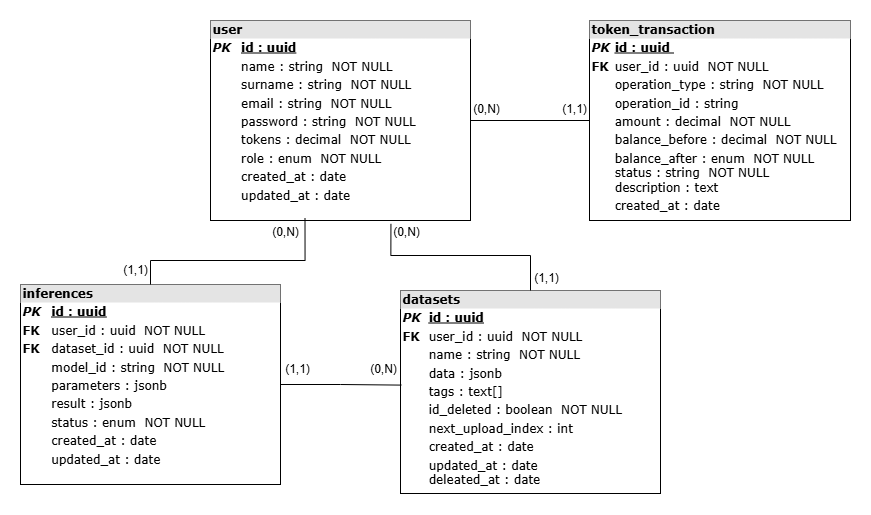
This is public/Database.png from L041B/Advanced-Programming-Inpainting, a draw.io export, as it was before one commit. Source tidied: cells renumbered, new cells last; positions are measured from the earlier drawing's top-left corner, leaving out a move shared by most shapes.
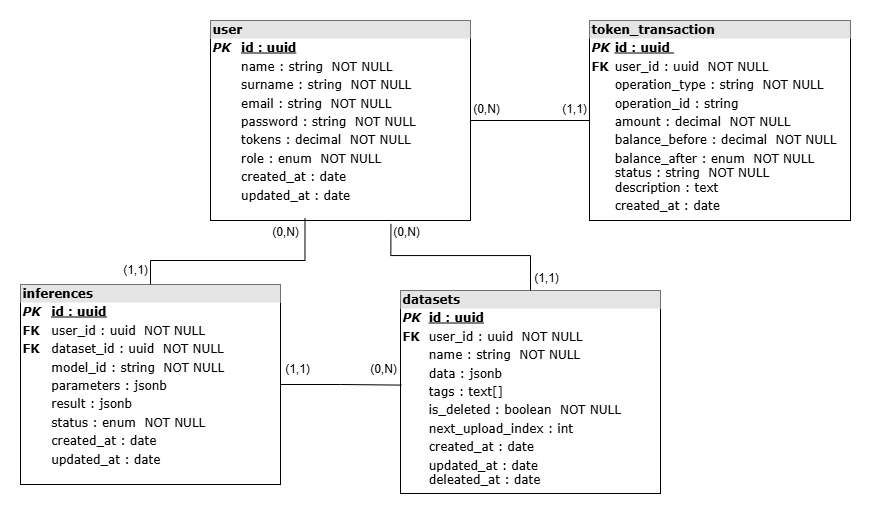
After the commit.

The edit, as a diff of the source:
```diff
@@ -11,7 +11,7 @@
     <mxCell id="4" value="&lt;div style=&quot;box-sizing: border-box; width: 100%; background: rgb(228, 228, 228); padding: 2px;&quot;&gt;&lt;b&gt;token_transaction&lt;/b&gt;&lt;/div&gt;&lt;table style=&quot;width: 100% ; font-size: 1em&quot; cellpadding=&quot;2&quot; cellspacing=&quot;0&quot;&gt;&lt;tbody&gt;&lt;tr&gt;&lt;td&gt;&lt;i style=&quot;&quot;&gt;&lt;b&gt;PK&lt;/b&gt;&lt;/i&gt;&lt;/td&gt;&lt;td&gt;&lt;b&gt;&lt;u&gt;id : uuid&amp;nbsp;&lt;/u&gt;&lt;/b&gt;&amp;nbsp;&lt;/td&gt;&lt;/tr&gt;&lt;tr&gt;&lt;td&gt;&lt;b&gt;FK&lt;/b&gt;&lt;/td&gt;&lt;td&gt;user_id : uuid&amp;nbsp; NOT NULL&lt;/td&gt;&lt;/tr&gt;&lt;tr&gt;&lt;td&gt;&lt;/td&gt;&lt;td&gt;operation_type : string&amp;nbsp; NOT NULL&lt;/td&gt;&lt;/tr&gt;&lt;tr&gt;&lt;td&gt;&lt;br&gt;&lt;/td&gt;&lt;td&gt;operation_id : string&amp;nbsp;&amp;nbsp;&lt;/td&gt;&lt;/tr&gt;&lt;tr&gt;&lt;td&gt;&lt;br&gt;&lt;/td&gt;&lt;td&gt;amount : decimal&amp;nbsp; NOT NULL&lt;/td&gt;&lt;/tr&gt;&lt;tr&gt;&lt;td&gt;&lt;br&gt;&lt;/td&gt;&lt;td&gt;balance_before : decimal&amp;nbsp; NOT NULL&lt;/td&gt;&lt;/tr&gt;&lt;tr&gt;&lt;td&gt;&lt;br&gt;&lt;/td&gt;&lt;td&gt;balance_after : enum&amp;nbsp; NOT NULL&lt;br&gt;status : string&amp;nbsp; NOT NULL&lt;br&gt;description : text&lt;/td&gt;&lt;/tr&gt;&lt;tr&gt;&lt;td&gt;&lt;br&gt;&lt;/td&gt;&lt;td&gt;created_at : date&lt;br&gt;&lt;br&gt;&lt;/td&gt;&lt;/tr&gt;&lt;tr&gt;&lt;td&gt;&lt;br&gt;&lt;/td&gt;&lt;td&gt;&lt;br&gt;&lt;/td&gt;&lt;/tr&gt;&lt;tr&gt;&lt;td&gt;&lt;/td&gt;&lt;td&gt;&lt;br&gt;&lt;/td&gt;&lt;/tr&gt;&lt;/tbody&gt;&lt;/table&gt;" style="verticalAlign=top;align=left;overflow=fill;html=1;rounded=0;shadow=0;comic=0;labelBackgroundColor=none;strokeWidth=1;fontFamily=Verdana;fontSize=12;" parent="1" vertex="1">
       <mxGeometry x="569" width="261" height="200" as="geometry" />
     </mxCell>
-    <mxCell id="5" value="&lt;div style=&quot;box-sizing: border-box; width: 100%; background: rgb(228, 228, 228); padding: 2px;&quot;&gt;&lt;b&gt;datasets&lt;/b&gt;&lt;/div&gt;&lt;table style=&quot;width: 100% ; font-size: 1em&quot; cellpadding=&quot;2&quot; cellspacing=&quot;0&quot;&gt;&lt;tbody&gt;&lt;tr&gt;&lt;td&gt;&lt;i style=&quot;&quot;&gt;&lt;b&gt;PK&lt;/b&gt;&lt;/i&gt;&lt;/td&gt;&lt;td&gt;&lt;b&gt;&lt;u&gt;id : uuid&lt;/u&gt;&lt;/b&gt;&amp;nbsp;&lt;br&gt;&lt;/td&gt;&lt;/tr&gt;&lt;tr&gt;&lt;td&gt;&lt;b&gt;FK&lt;/b&gt;&lt;br&gt;&lt;/td&gt;&lt;td&gt;user_id : uuid&amp;nbsp; NOT NULL&lt;/td&gt;&lt;/tr&gt;&lt;tr&gt;&lt;td&gt;&lt;/td&gt;&lt;td&gt;name : string&amp;nbsp; NOT NULL&lt;/td&gt;&lt;/tr&gt;&lt;tr&gt;&lt;td&gt;&lt;br&gt;&lt;/td&gt;&lt;td&gt;data : jsonb&lt;/td&gt;&lt;/tr&gt;&lt;tr&gt;&lt;td&gt;&lt;br&gt;&lt;/td&gt;&lt;td&gt;tags : text[]&lt;/td&gt;&lt;/tr&gt;&lt;tr&gt;&lt;td&gt;&lt;br&gt;&lt;/td&gt;&lt;td&gt;id_deleted : boolean&amp;nbsp; NOT NULL&lt;/td&gt;&lt;/tr&gt;&lt;tr&gt;&lt;td&gt;&lt;br&gt;&lt;/td&gt;&lt;td&gt;next_upload_index : int&lt;/td&gt;&lt;/tr&gt;&lt;tr&gt;&lt;td&gt;&lt;br&gt;&lt;/td&gt;&lt;td&gt;created_at : date&lt;/td&gt;&lt;/tr&gt;&lt;tr&gt;&lt;td&gt;&lt;br&gt;&lt;/td&gt;&lt;td&gt;updated_at : date&lt;br&gt;deleated_at : date&lt;/td&gt;&lt;/tr&gt;&lt;tr&gt;&lt;td&gt;&lt;/td&gt;&lt;td&gt;&lt;br&gt;&lt;/td&gt;&lt;/tr&gt;&lt;/tbody&gt;&lt;/table&gt;" style="verticalAlign=top;align=left;overflow=fill;html=1;rounded=0;shadow=0;comic=0;labelBackgroundColor=none;strokeWidth=1;fontFamily=Verdana;fontSize=12;" parent="1" vertex="1">
+    <mxCell id="5" value="&lt;div style=&quot;box-sizing: border-box; width: 100%; background: rgb(228, 228, 228); padding: 2px;&quot;&gt;&lt;b&gt;datasets&lt;/b&gt;&lt;/div&gt;&lt;table style=&quot;width: 100% ; font-size: 1em&quot; cellpadding=&quot;2&quot; cellspacing=&quot;0&quot;&gt;&lt;tbody&gt;&lt;tr&gt;&lt;td&gt;&lt;i style=&quot;&quot;&gt;&lt;b&gt;PK&lt;/b&gt;&lt;/i&gt;&lt;/td&gt;&lt;td&gt;&lt;b&gt;&lt;u&gt;id : uuid&lt;/u&gt;&lt;/b&gt;&amp;nbsp;&lt;br&gt;&lt;/td&gt;&lt;/tr&gt;&lt;tr&gt;&lt;td&gt;&lt;b&gt;FK&lt;/b&gt;&lt;br&gt;&lt;/td&gt;&lt;td&gt;user_id : uuid&amp;nbsp; NOT NULL&lt;/td&gt;&lt;/tr&gt;&lt;tr&gt;&lt;td&gt;&lt;/td&gt;&lt;td&gt;name : string&amp;nbsp; NOT NULL&lt;/td&gt;&lt;/tr&gt;&lt;tr&gt;&lt;td&gt;&lt;br&gt;&lt;/td&gt;&lt;td&gt;data : jsonb&lt;/td&gt;&lt;/tr&gt;&lt;tr&gt;&lt;td&gt;&lt;br&gt;&lt;/td&gt;&lt;td&gt;tags : text[]&lt;/td&gt;&lt;/tr&gt;&lt;tr&gt;&lt;td&gt;&lt;br&gt;&lt;/td&gt;&lt;td&gt;is_deleted : boolean&amp;nbsp; NOT NULL&lt;/td&gt;&lt;/tr&gt;&lt;tr&gt;&lt;td&gt;&lt;br&gt;&lt;/td&gt;&lt;td&gt;next_upload_index : int&lt;/td&gt;&lt;/tr&gt;&lt;tr&gt;&lt;td&gt;&lt;br&gt;&lt;/td&gt;&lt;td&gt;created_at : date&lt;/td&gt;&lt;/tr&gt;&lt;tr&gt;&lt;td&gt;&lt;br&gt;&lt;/td&gt;&lt;td&gt;updated_at : date&lt;br&gt;deleated_at : date&lt;/td&gt;&lt;/tr&gt;&lt;tr&gt;&lt;td&gt;&lt;/td&gt;&lt;td&gt;&lt;br&gt;&lt;/td&gt;&lt;/tr&gt;&lt;/tbody&gt;&lt;/table&gt;" style="verticalAlign=top;align=left;overflow=fill;html=1;rounded=0;shadow=0;comic=0;labelBackgroundColor=none;strokeWidth=1;fontFamily=Verdana;fontSize=12;" parent="1" vertex="1">
       <mxGeometry x="380" y="270" width="260" height="203" as="geometry" />
     </mxCell>
     <mxCell id="6" value="&lt;div style=&quot;box-sizing: border-box; width: 100%; background: rgb(228, 228, 228); padding: 2px;&quot;&gt;&lt;b&gt;inferences&lt;/b&gt;&lt;/div&gt;&lt;table style=&quot;width: 100% ; font-size: 1em&quot; cellpadding=&quot;2&quot; cellspacing=&quot;0&quot;&gt;&lt;tbody&gt;&lt;tr&gt;&lt;td&gt;&lt;i style=&quot;&quot;&gt;&lt;b&gt;PK&lt;/b&gt;&lt;/i&gt;&lt;/td&gt;&lt;td&gt;&lt;b&gt;&lt;u&gt;id : uuid&lt;/u&gt;&lt;/b&gt;&lt;/td&gt;&lt;/tr&gt;&lt;tr&gt;&lt;td&gt;&lt;b&gt;FK&lt;/b&gt;&lt;/td&gt;&lt;td&gt;user_id : uuid&amp;nbsp; NOT NULL&lt;/td&gt;&lt;/tr&gt;&lt;tr&gt;&lt;td&gt;&lt;b&gt;FK&lt;/b&gt;&lt;/td&gt;&lt;td&gt;dataset_id : uuid&amp;nbsp; NOT NULL&lt;/td&gt;&lt;/tr&gt;&lt;tr&gt;&lt;td&gt;&lt;br&gt;&lt;/td&gt;&lt;td&gt;model_id : string&amp;nbsp; NOT NULL&lt;/td&gt;&lt;/tr&gt;&lt;tr&gt;&lt;td&gt;&lt;br&gt;&lt;/td&gt;&lt;td&gt;parameters : jsonb&amp;nbsp;&amp;nbsp;&lt;/td&gt;&lt;/tr&gt;&lt;tr&gt;&lt;td&gt;&lt;br&gt;&lt;/td&gt;&lt;td&gt;result : jsonb&amp;nbsp;&amp;nbsp;&lt;/td&gt;&lt;/tr&gt;&lt;tr&gt;&lt;td&gt;&lt;br&gt;&lt;/td&gt;&lt;td&gt;status : enum&amp;nbsp; NOT NULL&lt;/td&gt;&lt;/tr&gt;&lt;tr&gt;&lt;td&gt;&lt;br&gt;&lt;/td&gt;&lt;td&gt;created_at : date&lt;/td&gt;&lt;/tr&gt;&lt;tr&gt;&lt;td&gt;&lt;br&gt;&lt;/td&gt;&lt;td&gt;updated_at : date&lt;/td&gt;&lt;/tr&gt;&lt;tr&gt;&lt;td&gt;&lt;/td&gt;&lt;td&gt;&lt;br&gt;&lt;/td&gt;&lt;/tr&gt;&lt;/tbody&gt;&lt;/table&gt;" style="verticalAlign=top;align=left;overflow=fill;html=1;rounded=0;shadow=0;comic=0;labelBackgroundColor=none;strokeWidth=1;fontFamily=Verdana;fontSize=12;" parent="1" vertex="1">
```
